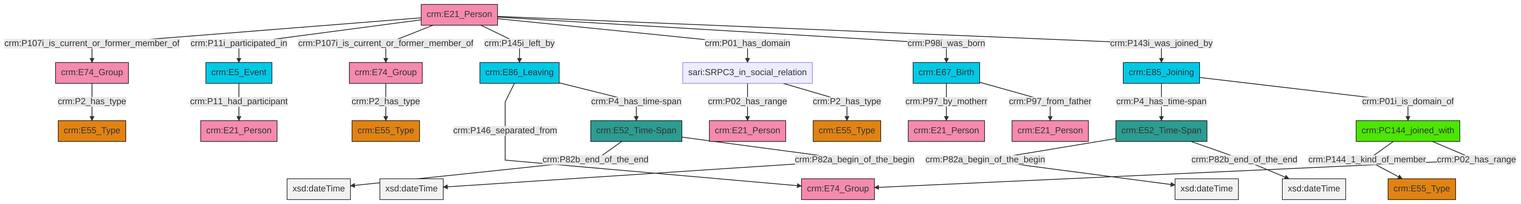
swiss-art-research-net/reference-data-models keeps this Mermaid diagram as et/personCSV/ttl/mmd/png/Person_Actor_Relations.png. Above is the earlier version. Its source is kept beside it as et/personCSV/ttl/mmd/Person_Actor_Relations.ttl.mmd.
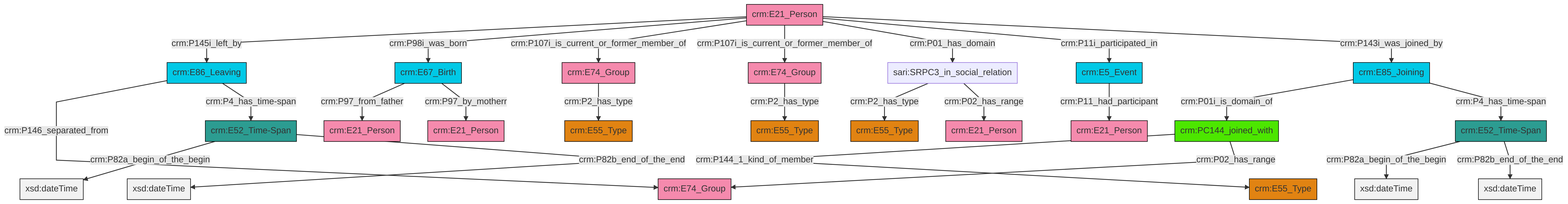
The same file after the commit.

The edit, as a diff of the source:
```diff
@@ -13,27 +13,27 @@
 classDef PC_Classes fill:#4ce600, stroke:#000000;
 classDef Multi fill:#cccccc,stroke:#000000;
 
-6["crm:E52_Time-Span"]:::Time-Span -->|crm:P82b_end_of_the_end| 7[xsd:dateTime]:::Literal
-8["crm:E67_Birth"]:::Temporal_Entity -->|crm:P97_by_motherr| 4["crm:E21_Person"]:::Actor
-11["crm:E85_Joining"]:::Temporal_Entity -->|crm:P4_has_time-span| 0["crm:E52_Time-Span"]:::Time-Span
-14["crm:E21_Person"]:::Actor -->|crm:P107i_is_current_or_former_member_of| 15["crm:E74_Group"]:::Actor
-16["crm:PC144_joined_with"]:::PC_Classes -->|crm:P144_1_kind_of_member| 17["crm:E55_Type"]:::Type
-11["crm:E85_Joining"]:::Temporal_Entity -->|crm:P01i_is_domain_of| 16["crm:PC144_joined_with"]:::PC_Classes
-21["sari:SRPC3_in_social_relation"]:::Default -->|crm:P02_has_range| 22["crm:E21_Person"]:::Actor
-14["crm:E21_Person"]:::Actor -->|crm:P11i_participated_in| 19["crm:E5_Event"]:::Temporal_Entity
-14["crm:E21_Person"]:::Actor -->|crm:P107i_is_current_or_former_member_of| 30["crm:E74_Group"]:::Actor
-21["sari:SRPC3_in_social_relation"]:::Default -->|crm:P2_has_type| 25["crm:E55_Type"]:::Type
-16["crm:PC144_joined_with"]:::PC_Classes -->|crm:P02_has_range| 2["crm:E74_Group"]:::Actor
-19["crm:E5_Event"]:::Temporal_Entity -->|crm:P11_had_participant| 12["crm:E21_Person"]:::Actor
-14["crm:E21_Person"]:::Actor -->|crm:P145i_left_by| 31["crm:E86_Leaving"]:::Temporal_Entity
-6["crm:E52_Time-Span"]:::Time-Span -->|crm:P82a_begin_of_the_begin| 35[xsd:dateTime]:::Literal
-31["crm:E86_Leaving"]:::Temporal_Entity -->|crm:P146_separated_from| 2["crm:E74_Group"]:::Actor
-14["crm:E21_Person"]:::Actor -->|crm:P01_has_domain| 21["sari:SRPC3_in_social_relation"]:::Default
-31["crm:E86_Leaving"]:::Temporal_Entity -->|crm:P4_has_time-span| 6["crm:E52_Time-Span"]:::Time-Span
-0["crm:E52_Time-Span"]:::Time-Span -->|crm:P82a_begin_of_the_begin| 40[xsd:dateTime]:::Literal
-15["crm:E74_Group"]:::Actor -->|crm:P2_has_type| 36["crm:E55_Type"]:::Type
-30["crm:E74_Group"]:::Actor -->|crm:P2_has_type| 9["crm:E55_Type"]:::Type
-14["crm:E21_Person"]:::Actor -->|crm:P98i_was_born| 8["crm:E67_Birth"]:::Temporal_Entity
-14["crm:E21_Person"]:::Actor -->|crm:P143i_was_joined_by| 11["crm:E85_Joining"]:::Temporal_Entity
-8["crm:E67_Birth"]:::Temporal_Entity -->|crm:P97_from_father| 27["crm:E21_Person"]:::Actor
-0["crm:E52_Time-Span"]:::Time-Span -->|crm:P82b_end_of_the_end| 44[xsd:dateTime]:::Literal
+4["crm:E21_Person"]:::Actor -->|crm:P145i_left_by| 5["crm:E86_Leaving"]:::Temporal_Entity
+6["crm:E52_Time-Span"]:::Time-Span -->|crm:P82a_begin_of_the_begin| 7[xsd:dateTime]:::Literal
+13["sari:SRPC3_in_social_relation"]:::Default -->|crm:P2_has_type| 9["crm:E55_Type"]:::Type
+11["crm:PC144_joined_with"]:::PC_Classes -->|crm:P144_1_kind_of_member| 0["crm:E55_Type"]:::Type
+4["crm:E21_Person"]:::Actor -->|crm:P98i_was_born| 14["crm:E67_Birth"]:::Temporal_Entity
+15["crm:E74_Group"]:::Actor -->|crm:P2_has_type| 16["crm:E55_Type"]:::Type
+20["crm:E85_Joining"]:::Temporal_Entity -->|crm:P01i_is_domain_of| 11["crm:PC144_joined_with"]:::PC_Classes
+6["crm:E52_Time-Span"]:::Time-Span -->|crm:P82b_end_of_the_end| 24[xsd:dateTime]:::Literal
+26["crm:E5_Event"]:::Temporal_Entity -->|crm:P11_had_participant| 2["crm:E21_Person"]:::Actor
+20["crm:E85_Joining"]:::Temporal_Entity -->|crm:P4_has_time-span| 27["crm:E52_Time-Span"]:::Time-Span
+27["crm:E52_Time-Span"]:::Time-Span -->|crm:P82a_begin_of_the_begin| 29[xsd:dateTime]:::Literal
+4["crm:E21_Person"]:::Actor -->|crm:P107i_is_current_or_former_member_of| 15["crm:E74_Group"]:::Actor
+11["crm:PC144_joined_with"]:::PC_Classes -->|crm:P02_has_range| 33["crm:E74_Group"]:::Actor
+4["crm:E21_Person"]:::Actor -->|crm:P107i_is_current_or_former_member_of| 36["crm:E74_Group"]:::Actor
+13["sari:SRPC3_in_social_relation"]:::Default -->|crm:P02_has_range| 38["crm:E21_Person"]:::Actor
+14["crm:E67_Birth"]:::Temporal_Entity -->|crm:P97_from_father| 30["crm:E21_Person"]:::Actor
+4["crm:E21_Person"]:::Actor -->|crm:P01_has_domain| 13["sari:SRPC3_in_social_relation"]:::Default
+14["crm:E67_Birth"]:::Temporal_Entity -->|crm:P97_by_motherr| 18["crm:E21_Person"]:::Actor
+5["crm:E86_Leaving"]:::Temporal_Entity -->|crm:P146_separated_from| 33["crm:E74_Group"]:::Actor
+4["crm:E21_Person"]:::Actor -->|crm:P11i_participated_in| 26["crm:E5_Event"]:::Temporal_Entity
+36["crm:E74_Group"]:::Actor -->|crm:P2_has_type| 22["crm:E55_Type"]:::Type
+27["crm:E52_Time-Span"]:::Time-Span -->|crm:P82b_end_of_the_end| 43[xsd:dateTime]:::Literal
+5["crm:E86_Leaving"]:::Temporal_Entity -->|crm:P4_has_time-span| 6["crm:E52_Time-Span"]:::Time-Span
+4["crm:E21_Person"]:::Actor -->|crm:P143i_was_joined_by| 20["crm:E85_Joining"]:::Temporal_Entity
```
